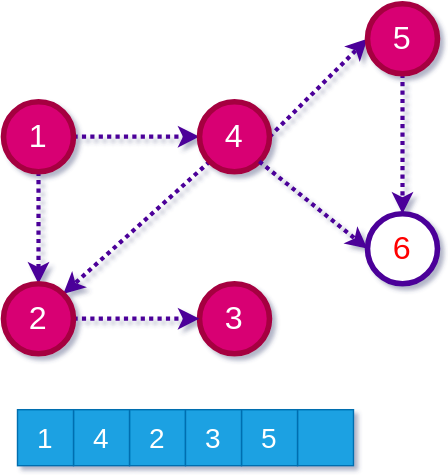
Above: docs/week-10/assets/ce100-week-10-graphs-topological-topo-bfs-5.drawio.svg in ucoruh/ce100-algorithms-and-programming-II (draw.io), before the change. Source tidied: cells renumbered, new cells last; positions are measured from the earlier drawing's top-left corner, leaving out a move shared by most shapes. Its diagram source:
```xml
<mxGraphModel>
  <root>
    <mxCell id="0" />
    <mxCell id="1" parent="0" />
    <mxCell id="2" style="edgeStyle=none;shape=connector;rounded=0;jettySize=auto;html=1;exitX=0.5;exitY=1;exitDx=0;exitDy=0;entryX=0.5;entryY=0;entryDx=0;entryDy=0;labelBackgroundColor=default;fontFamily=Helvetica;fontSize=23;fontColor=#FF0000;endArrow=classic;endFill=1;strokeColor=#4C0099;strokeWidth=3;dashed=1;dashPattern=1 1;" parent="1" edge="1" source="4" target="12">
      <mxGeometry relative="1" as="geometry" />
    </mxCell>
    <mxCell id="3" style="edgeStyle=none;shape=connector;rounded=0;jettySize=auto;html=1;exitX=1;exitY=0.5;exitDx=0;exitDy=0;labelBackgroundColor=default;fontFamily=Helvetica;fontSize=23;fontColor=#FF0000;endArrow=classic;endFill=1;strokeColor=#4C0099;strokeWidth=3;dashed=1;dashPattern=1 1;" parent="1" edge="1" source="4" target="7">
      <mxGeometry relative="1" as="geometry" />
    </mxCell>
    <mxCell id="4" value="1" style="ellipse;whiteSpace=wrap;html=1;fontSize=23;fontColor=#ffffff;strokeColor=#A50040;strokeWidth=4;fillColor=#d80073;" parent="1" vertex="1">
      <mxGeometry y="70" width="50" height="50" as="geometry" />
    </mxCell>
    <mxCell id="5" style="edgeStyle=none;shape=connector;rounded=0;jettySize=auto;html=1;exitX=1;exitY=0.5;exitDx=0;exitDy=0;entryX=0;entryY=0.5;entryDx=0;entryDy=0;labelBackgroundColor=default;fontFamily=Helvetica;fontSize=23;fontColor=#FF0000;endArrow=classic;endFill=1;strokeColor=#4C0099;strokeWidth=3;dashed=1;dashPattern=1 1;" parent="1" edge="1" source="7" target="14">
      <mxGeometry relative="1" as="geometry" />
    </mxCell>
    <mxCell id="6" style="rounded=0;jettySize=auto;html=1;exitX=0;exitY=1;exitDx=0;exitDy=0;entryX=1;entryY=0;entryDx=0;entryDy=0;fontSize=23;strokeColor=#4C0099;fontColor=#FF0000;endFill=1;strokeWidth=3;dashed=1;dashPattern=1 1;" parent="1" edge="1" source="7" target="12">
      <mxGeometry relative="1" as="geometry" />
    </mxCell>
    <mxCell id="7" value="4" style="ellipse;whiteSpace=wrap;html=1;fontSize=23;fontColor=#ffffff;strokeColor=#A50040;strokeWidth=4;fillColor=#d80073;" parent="1" vertex="1">
      <mxGeometry x="140" y="70" width="50" height="50" as="geometry" />
    </mxCell>
    <mxCell id="8" value="6" style="ellipse;whiteSpace=wrap;html=1;fontSize=23;fontColor=#FF0000;strokeColor=#4C0099;strokeWidth=4;" parent="1" vertex="1">
      <mxGeometry x="260" y="150" width="50" height="50" as="geometry" />
    </mxCell>
    <mxCell id="9" style="edgeStyle=none;shape=connector;rounded=0;jettySize=auto;html=1;exitX=1;exitY=1;exitDx=0;exitDy=0;entryX=0;entryY=0.5;entryDx=0;entryDy=0;labelBackgroundColor=default;fontFamily=Helvetica;fontSize=23;fontColor=#FF0000;endArrow=classic;endFill=1;strokeColor=#4C0099;strokeWidth=3;dashed=1;dashPattern=1 1;" parent="1" edge="1" source="7" target="8">
      <mxGeometry relative="1" as="geometry" />
    </mxCell>
    <mxCell id="10" value="3" style="ellipse;whiteSpace=wrap;html=1;fontSize=23;fontColor=#ffffff;strokeColor=#A50040;strokeWidth=4;fillColor=#d80073;" parent="1" vertex="1">
      <mxGeometry x="140" y="200" width="50" height="50" as="geometry" />
    </mxCell>
    <mxCell id="11" style="edgeStyle=none;shape=connector;rounded=0;jettySize=auto;html=1;exitX=1;exitY=0.5;exitDx=0;exitDy=0;labelBackgroundColor=default;fontFamily=Helvetica;fontSize=23;fontColor=#FF0000;endArrow=classic;endFill=1;strokeColor=#4C0099;strokeWidth=3;dashed=1;dashPattern=1 1;" parent="1" edge="1" source="12" target="10">
      <mxGeometry relative="1" as="geometry" />
    </mxCell>
    <mxCell id="12" value="2" style="ellipse;whiteSpace=wrap;html=1;fontSize=23;fontColor=#ffffff;strokeColor=#A50040;strokeWidth=4;fillColor=#d80073;" parent="1" vertex="1">
      <mxGeometry y="200" width="50" height="50" as="geometry" />
    </mxCell>
    <mxCell id="13" style="edgeStyle=orthogonalEdgeStyle;rounded=0;jettySize=auto;html=1;exitX=0.5;exitY=1;exitDx=0;exitDy=0;fontSize=23;strokeColor=#4C0099;fontColor=#FF0000;endFill=1;strokeWidth=3;dashed=1;dashPattern=1 1;" parent="1" edge="1" source="14" target="8">
      <mxGeometry relative="1" as="geometry" />
    </mxCell>
    <mxCell id="14" value="5" style="ellipse;whiteSpace=wrap;html=1;fontSize=23;fontColor=#ffffff;strokeColor=#A50040;strokeWidth=4;fillColor=#d80073;" parent="1" vertex="1">
      <mxGeometry x="260" width="50" height="50" as="geometry" />
    </mxCell>
    <mxCell id="15" value="2" style="rounded=0;whiteSpace=wrap;html=1;fillColor=#1ba1e2;fontColor=#ffffff;strokeColor=#006EAF;fontSize=20;" parent="1" vertex="1">
      <mxGeometry x="90" y="290" width="40" height="40" as="geometry" />
    </mxCell>
    <mxCell id="16" value="4" style="rounded=0;whiteSpace=wrap;html=1;fillColor=#1ba1e2;fontColor=#ffffff;strokeColor=#006EAF;fontSize=20;" parent="1" vertex="1">
      <mxGeometry x="50" y="290" width="40" height="40" as="geometry" />
    </mxCell>
    <mxCell id="17" value="1" style="rounded=0;whiteSpace=wrap;html=1;fillColor=#1ba1e2;fontColor=#ffffff;strokeColor=#006EAF;fontSize=20;" parent="1" vertex="1">
      <mxGeometry x="10" y="290" width="40" height="40" as="geometry" />
    </mxCell>
    <mxCell id="18" style="rounded=0;whiteSpace=wrap;html=1;fillColor=#1ba1e2;fontColor=#ffffff;strokeColor=#006EAF;fontSize=20;" parent="1" vertex="1">
      <mxGeometry x="210" y="290" width="40" height="40" as="geometry" />
    </mxCell>
    <mxCell id="19" value="5" style="rounded=0;whiteSpace=wrap;html=1;fillColor=#1ba1e2;fontColor=#ffffff;strokeColor=#006EAF;fontSize=20;" parent="1" vertex="1">
      <mxGeometry x="170" y="290" width="40" height="40" as="geometry" />
    </mxCell>
    <mxCell id="20" value="3" style="rounded=0;whiteSpace=wrap;html=1;fillColor=#1ba1e2;fontColor=#ffffff;strokeColor=#006EAF;fontSize=20;" parent="1" vertex="1">
      <mxGeometry x="130" y="290" width="40" height="40" as="geometry" />
    </mxCell>
  </root>
</mxGraphModel>
```
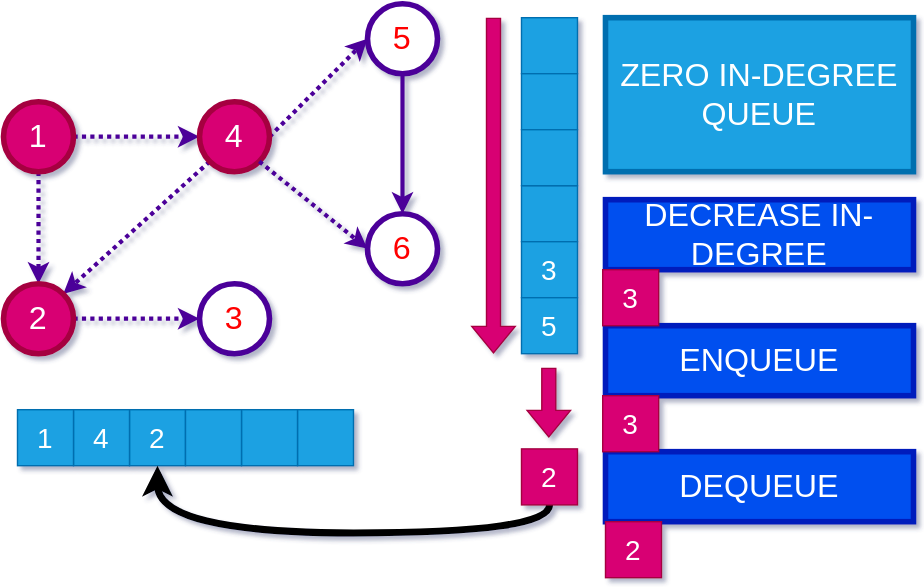
After the change.

What changed in the source:
```diff
@@ -1,63 +1,120 @@
 <mxGraphModel>
   <root>
-    <mxCell id="0" />
-    <mxCell id="1" parent="0" />
+    <mxCell id="21" />
+    <mxCell id="22" parent="21" />
-    <mxCell id="2" style="edgeStyle=none;shape=connector;rounded=0;jettySize=auto;html=1;exitX=0.5;exitY=1;exitDx=0;exitDy=0;entryX=0.5;entryY=0;entryDx=0;entryDy=0;labelBackgroundColor=default;fontFamily=Helvetica;fontSize=23;fontColor=#FF0000;endArrow=classic;endFill=1;strokeColor=#4C0099;strokeWidth=3;dashed=1;dashPattern=1 1;" parent="1" edge="1" source="4" target="12">
+    <mxCell id="2" style="edgeStyle=none;shape=connector;rounded=0;jettySize=auto;html=1;exitX=0.5;exitY=1;exitDx=0;exitDy=0;entryX=0.5;entryY=0;entryDx=0;entryDy=0;labelBackgroundColor=default;fontFamily=Helvetica;fontSize=23;fontColor=#FF0000;endArrow=classic;endFill=1;strokeColor=#4C0099;strokeWidth=3;dashed=1;dashPattern=1 1;" parent="22" edge="1" source="4" target="12">
       <mxGeometry relative="1" as="geometry" />
     </mxCell>
-    <mxCell id="3" style="edgeStyle=none;shape=connector;rounded=0;jettySize=auto;html=1;exitX=1;exitY=0.5;exitDx=0;exitDy=0;labelBackgroundColor=default;fontFamily=Helvetica;fontSize=23;fontColor=#FF0000;endArrow=classic;endFill=1;strokeColor=#4C0099;strokeWidth=3;dashed=1;dashPattern=1 1;" parent="1" edge="1" source="4" target="7">
+    <mxCell id="3" style="edgeStyle=none;shape=connector;rounded=0;jettySize=auto;html=1;exitX=1;exitY=0.5;exitDx=0;exitDy=0;labelBackgroundColor=default;fontFamily=Helvetica;fontSize=23;fontColor=#FF0000;endArrow=classic;endFill=1;strokeColor=#4C0099;strokeWidth=3;dashed=1;dashPattern=1 1;" parent="22" edge="1" source="4" target="7">
       <mxGeometry relative="1" as="geometry" />
     </mxCell>
-    <mxCell id="4" value="1" style="ellipse;whiteSpace=wrap;html=1;fontSize=23;fontColor=#ffffff;strokeColor=#A50040;strokeWidth=4;fillColor=#d80073;" parent="1" vertex="1">
+    <mxCell id="4" value="1" style="ellipse;whiteSpace=wrap;html=1;fontSize=23;fontColor=#ffffff;strokeColor=#A50040;strokeWidth=4;fillColor=#d80073;" parent="22" vertex="1">
       <mxGeometry y="70" width="50" height="50" as="geometry" />
     </mxCell>
-    <mxCell id="5" style="edgeStyle=none;shape=connector;rounded=0;jettySize=auto;html=1;exitX=1;exitY=0.5;exitDx=0;exitDy=0;entryX=0;entryY=0.5;entryDx=0;entryDy=0;labelBackgroundColor=default;fontFamily=Helvetica;fontSize=23;fontColor=#FF0000;endArrow=classic;endFill=1;strokeColor=#4C0099;strokeWidth=3;dashed=1;dashPattern=1 1;" parent="1" edge="1" source="7" target="14">
+    <mxCell id="5" style="edgeStyle=none;shape=connector;rounded=0;jettySize=auto;html=1;exitX=1;exitY=0.5;exitDx=0;exitDy=0;entryX=0;entryY=0.5;entryDx=0;entryDy=0;labelBackgroundColor=default;fontFamily=Helvetica;fontSize=23;fontColor=#FF0000;endArrow=classic;endFill=1;strokeColor=#4C0099;strokeWidth=3;dashed=1;dashPattern=1 1;" parent="22" edge="1" source="7" target="14">
       <mxGeometry relative="1" as="geometry" />
     </mxCell>
-    <mxCell id="6" style="rounded=0;jettySize=auto;html=1;exitX=0;exitY=1;exitDx=0;exitDy=0;entryX=1;entryY=0;entryDx=0;entryDy=0;fontSize=23;strokeColor=#4C0099;fontColor=#FF0000;endFill=1;strokeWidth=3;dashed=1;dashPattern=1 1;" parent="1" edge="1" source="7" target="12">
+    <mxCell id="6" style="rounded=0;jettySize=auto;html=1;exitX=0;exitY=1;exitDx=0;exitDy=0;entryX=1;entryY=0;entryDx=0;entryDy=0;fontSize=23;strokeColor=#4C0099;fontColor=#FF0000;endFill=1;strokeWidth=3;dashed=1;dashPattern=1 1;" parent="22" edge="1" source="7" target="12">
       <mxGeometry relative="1" as="geometry" />
     </mxCell>
-    <mxCell id="7" value="4" style="ellipse;whiteSpace=wrap;html=1;fontSize=23;fontColor=#ffffff;strokeColor=#A50040;strokeWidth=4;fillColor=#d80073;" parent="1" vertex="1">
+    <mxCell id="7" value="4" style="ellipse;whiteSpace=wrap;html=1;fontSize=23;fontColor=#ffffff;strokeColor=#A50040;strokeWidth=4;fillColor=#d80073;" parent="22" vertex="1">
       <mxGeometry x="140" y="70" width="50" height="50" as="geometry" />
     </mxCell>
-    <mxCell id="8" value="6" style="ellipse;whiteSpace=wrap;html=1;fontSize=23;fontColor=#FF0000;strokeColor=#4C0099;strokeWidth=4;" parent="1" vertex="1">
+    <mxCell id="8" value="6" style="ellipse;whiteSpace=wrap;html=1;fontSize=23;fontColor=#FF0000;strokeColor=#4C0099;strokeWidth=4;" parent="22" vertex="1">
       <mxGeometry x="260" y="150" width="50" height="50" as="geometry" />
     </mxCell>
-    <mxCell id="9" style="edgeStyle=none;shape=connector;rounded=0;jettySize=auto;html=1;exitX=1;exitY=1;exitDx=0;exitDy=0;entryX=0;entryY=0.5;entryDx=0;entryDy=0;labelBackgroundColor=default;fontFamily=Helvetica;fontSize=23;fontColor=#FF0000;endArrow=classic;endFill=1;strokeColor=#4C0099;strokeWidth=3;dashed=1;dashPattern=1 1;" parent="1" edge="1" source="7" target="8">
+    <mxCell id="9" style="edgeStyle=none;shape=connector;rounded=0;jettySize=auto;html=1;exitX=1;exitY=1;exitDx=0;exitDy=0;entryX=0;entryY=0.5;entryDx=0;entryDy=0;labelBackgroundColor=default;fontFamily=Helvetica;fontSize=23;fontColor=#FF0000;endArrow=classic;endFill=1;strokeColor=#4C0099;strokeWidth=3;dashed=1;dashPattern=1 1;" parent="22" edge="1" source="7" target="8">
       <mxGeometry relative="1" as="geometry" />
     </mxCell>
-    <mxCell id="10" value="3" style="ellipse;whiteSpace=wrap;html=1;fontSize=23;fontColor=#ffffff;strokeColor=#A50040;strokeWidth=4;fillColor=#d80073;" parent="1" vertex="1">
-      <mxGeometry x="140" y="200" width="50" height="50" as="geometry" />
-    </mxCell>
-    <mxCell id="11" style="edgeStyle=none;shape=connector;rounded=0;jettySize=auto;html=1;exitX=1;exitY=0.5;exitDx=0;exitDy=0;labelBackgroundColor=default;fontFamily=Helvetica;fontSize=23;fontColor=#FF0000;endArrow=classic;endFill=1;strokeColor=#4C0099;strokeWidth=3;dashed=1;dashPattern=1 1;" parent="1" edge="1" source="12" target="10">
-      <mxGeometry relative="1" as="geometry" />
-    </mxCell>
+    <mxCell id="23" value="3" style="ellipse;whiteSpace=wrap;html=1;fontSize=23;fontColor=#FF0000;strokeColor=#4C0099;strokeWidth=4;fillColor=default;" parent="22" vertex="1">
+      <mxGeometry x="140" y="200" width="50" height="50" as="geometry" />
+    </mxCell>
+    <mxCell id="24" style="edgeStyle=none;shape=connector;rounded=0;jettySize=auto;html=1;exitX=1;exitY=0.5;exitDx=0;exitDy=0;labelBackgroundColor=default;fontFamily=Helvetica;fontSize=23;fontColor=#FF0000;endArrow=classic;endFill=1;strokeColor=#4C0099;strokeWidth=3;dashed=1;dashPattern=1 1;" parent="22" edge="1" source="12" target="23">
+      <mxGeometry relative="1" as="geometry" />
+    </mxCell>
-    <mxCell id="12" value="2" style="ellipse;whiteSpace=wrap;html=1;fontSize=23;fontColor=#ffffff;strokeColor=#A50040;strokeWidth=4;fillColor=#d80073;" parent="1" vertex="1">
+    <mxCell id="12" value="2" style="ellipse;whiteSpace=wrap;html=1;fontSize=23;fontColor=#ffffff;strokeColor=#A50040;strokeWidth=4;fillColor=#d80073;" parent="22" vertex="1">
       <mxGeometry y="200" width="50" height="50" as="geometry" />
     </mxCell>
-    <mxCell id="13" style="edgeStyle=orthogonalEdgeStyle;rounded=0;jettySize=auto;html=1;exitX=0.5;exitY=1;exitDx=0;exitDy=0;fontSize=23;strokeColor=#4C0099;fontColor=#FF0000;endFill=1;strokeWidth=3;dashed=1;dashPattern=1 1;" parent="1" edge="1" source="14" target="8">
+    <mxCell id="13" style="edgeStyle=orthogonalEdgeStyle;rounded=0;jettySize=auto;html=1;exitX=0.5;exitY=1;exitDx=0;exitDy=0;fontSize=23;strokeColor=#4C0099;fontColor=#FF0000;endFill=1;strokeWidth=3;" parent="22" edge="1" source="14" target="8">
       <mxGeometry relative="1" as="geometry" />
     </mxCell>
-    <mxCell id="14" value="5" style="ellipse;whiteSpace=wrap;html=1;fontSize=23;fontColor=#ffffff;strokeColor=#A50040;strokeWidth=4;fillColor=#d80073;" parent="1" vertex="1">
+    <mxCell id="14" value="5" style="ellipse;whiteSpace=wrap;html=1;fontSize=23;fontColor=#FF0000;strokeColor=#4C0099;strokeWidth=4;" parent="22" vertex="1">
       <mxGeometry x="260" width="50" height="50" as="geometry" />
     </mxCell>
-    <mxCell id="15" value="2" style="rounded=0;whiteSpace=wrap;html=1;fillColor=#1ba1e2;fontColor=#ffffff;strokeColor=#006EAF;fontSize=20;" parent="1" vertex="1">
+    <mxCell id="15" value="2" style="rounded=0;whiteSpace=wrap;html=1;fillColor=#1ba1e2;fontColor=#ffffff;strokeColor=#006EAF;fontSize=20;" parent="22" vertex="1">
       <mxGeometry x="90" y="290" width="40" height="40" as="geometry" />
     </mxCell>
-    <mxCell id="16" value="4" style="rounded=0;whiteSpace=wrap;html=1;fillColor=#1ba1e2;fontColor=#ffffff;strokeColor=#006EAF;fontSize=20;" parent="1" vertex="1">
+    <mxCell id="16" value="4" style="rounded=0;whiteSpace=wrap;html=1;fillColor=#1ba1e2;fontColor=#ffffff;strokeColor=#006EAF;fontSize=20;" parent="22" vertex="1">
       <mxGeometry x="50" y="290" width="40" height="40" as="geometry" />
     </mxCell>
-    <mxCell id="17" value="1" style="rounded=0;whiteSpace=wrap;html=1;fillColor=#1ba1e2;fontColor=#ffffff;strokeColor=#006EAF;fontSize=20;" parent="1" vertex="1">
+    <mxCell id="17" value="1" style="rounded=0;whiteSpace=wrap;html=1;fillColor=#1ba1e2;fontColor=#ffffff;strokeColor=#006EAF;fontSize=20;" parent="22" vertex="1">
       <mxGeometry x="10" y="290" width="40" height="40" as="geometry" />
     </mxCell>
-    <mxCell id="18" style="rounded=0;whiteSpace=wrap;html=1;fillColor=#1ba1e2;fontColor=#ffffff;strokeColor=#006EAF;fontSize=20;" parent="1" vertex="1">
+    <mxCell id="18" style="rounded=0;whiteSpace=wrap;html=1;fillColor=#1ba1e2;fontColor=#ffffff;strokeColor=#006EAF;fontSize=20;" parent="22" vertex="1">
       <mxGeometry x="210" y="290" width="40" height="40" as="geometry" />
     </mxCell>
+    <mxCell id="25" style="rounded=0;whiteSpace=wrap;html=1;fillColor=#1ba1e2;fontColor=#ffffff;strokeColor=#006EAF;fontSize=20;" parent="22" vertex="1">
+      <mxGeometry x="170" y="290" width="40" height="40" as="geometry" />
+    </mxCell>
+    <mxCell id="26" style="rounded=0;whiteSpace=wrap;html=1;fillColor=#1ba1e2;fontColor=#ffffff;strokeColor=#006EAF;fontSize=20;" parent="22" vertex="1">
+      <mxGeometry x="130" y="290" width="40" height="40" as="geometry" />
+    </mxCell>
+    <mxCell id="27" value="ZERO IN-DEGREE QUEUE" style="text;html=1;strokeColor=#006EAF;fillColor=#1ba1e2;align=center;verticalAlign=middle;whiteSpace=wrap;rounded=0;fontColor=#ffffff;fontSize=23;strokeWidth=4;" parent="22" vertex="1">
+      <mxGeometry x="430" y="10" width="220" height="110" as="geometry" />
+    </mxCell>
+    <mxCell id="28" style="rounded=0;whiteSpace=wrap;html=1;fillColor=#1ba1e2;fontColor=#ffffff;strokeColor=#006EAF;fontSize=20;" parent="22" vertex="1">
+      <mxGeometry x="370" y="130" width="40" height="40" as="geometry" />
+    </mxCell>
+    <mxCell id="20" value="3" style="rounded=0;whiteSpace=wrap;html=1;fillColor=#1ba1e2;fontColor=#ffffff;strokeColor=#006EAF;fontSize=20;" parent="22" vertex="1">
+      <mxGeometry x="370" y="170" width="40" height="40" as="geometry" />
+    </mxCell>
-    <mxCell id="19" value="5" style="rounded=0;whiteSpace=wrap;html=1;fillColor=#1ba1e2;fontColor=#ffffff;strokeColor=#006EAF;fontSize=20;" parent="1" vertex="1">
-      <mxGeometry x="170" y="290" width="40" height="40" as="geometry" />
+    <mxCell id="19" value="5" style="rounded=0;whiteSpace=wrap;html=1;fillColor=#1ba1e2;fontColor=#ffffff;strokeColor=#006EAF;fontSize=20;" parent="22" vertex="1">
+      <mxGeometry x="370" y="210" width="40" height="40" as="geometry" />
     </mxCell>
-    <mxCell id="20" value="3" style="rounded=0;whiteSpace=wrap;html=1;fillColor=#1ba1e2;fontColor=#ffffff;strokeColor=#006EAF;fontSize=20;" parent="1" vertex="1">
-      <mxGeometry x="130" y="290" width="40" height="40" as="geometry" />
-    </mxCell>
+    <mxCell id="29" style="rounded=0;whiteSpace=wrap;html=1;fillColor=#1ba1e2;fontColor=#ffffff;strokeColor=#006EAF;fontSize=20;" parent="22" vertex="1">
+      <mxGeometry x="370" y="10" width="40" height="40" as="geometry" />
+    </mxCell>
+    <mxCell id="30" style="rounded=0;whiteSpace=wrap;html=1;fillColor=#1ba1e2;fontColor=#ffffff;strokeColor=#006EAF;fontSize=20;" parent="22" vertex="1">
+      <mxGeometry x="370" y="50" width="40" height="40" as="geometry" />
+    </mxCell>
+    <mxCell id="31" style="rounded=0;whiteSpace=wrap;html=1;fillColor=#1ba1e2;fontColor=#ffffff;strokeColor=#006EAF;fontSize=20;" parent="22" vertex="1">
+      <mxGeometry x="370" y="90" width="40" height="40" as="geometry" />
+    </mxCell>
+    <mxCell id="32" style="shape=flexArrow;endArrow=classic;html=1;rounded=0;fillColor=#d80073;strokeColor=#A50040;" parent="22" edge="1">
+      <mxGeometry relative="1" as="geometry">
+        <mxPoint x="350" y="10" as="sourcePoint" />
+        <mxPoint x="350" y="250" as="targetPoint" />
+      </mxGeometry>
+    </mxCell>
+    <mxCell id="33" style="edgeStyle=orthogonalEdgeStyle;curved=1;rounded=0;jettySize=auto;html=1;exitX=0.5;exitY=1;exitDx=0;exitDy=0;entryX=0.5;entryY=1;entryDx=0;entryDy=0;strokeWidth=5;" parent="22" edge="1" source="34" target="15">
+      <mxGeometry relative="1" as="geometry" />
+    </mxCell>
+    <mxCell id="34" value="2" style="rounded=0;whiteSpace=wrap;html=1;fillColor=#d80073;fontColor=#ffffff;strokeColor=#A50040;fontSize=20;" parent="22" vertex="1">
+      <mxGeometry x="370" y="318" width="40" height="40" as="geometry" />
+    </mxCell>
+    <mxCell id="35" style="shape=flexArrow;endArrow=classic;html=1;rounded=0;fillColor=#d80073;strokeColor=#A50040;" parent="22" edge="1">
+      <mxGeometry relative="1" as="geometry">
+        <mxPoint x="389.5" y="260" as="sourcePoint" />
+        <mxPoint x="389.5" y="310" as="targetPoint" />
+      </mxGeometry>
+    </mxCell>
+    <mxCell id="36" value="DECREASE IN-DEGREE" style="text;html=1;strokeColor=#001DBC;fillColor=#0050ef;align=center;verticalAlign=middle;whiteSpace=wrap;rounded=0;fontColor=#ffffff;fontSize=23;strokeWidth=4;" parent="22" vertex="1">
+      <mxGeometry x="430" y="140" width="220" height="50" as="geometry" />
+    </mxCell>
+    <mxCell id="37" value="ENQUEUE" style="text;html=1;strokeColor=#001DBC;fillColor=#0050ef;align=center;verticalAlign=middle;whiteSpace=wrap;rounded=0;fontColor=#ffffff;fontSize=23;strokeWidth=4;" parent="22" vertex="1">
+      <mxGeometry x="430" y="230" width="220" height="50" as="geometry" />
+    </mxCell>
+    <mxCell id="38" value="DEQUEUE" style="text;html=1;strokeColor=#001DBC;fillColor=#0050ef;align=center;verticalAlign=middle;whiteSpace=wrap;rounded=0;fontColor=#ffffff;fontSize=23;strokeWidth=4;" parent="22" vertex="1">
+      <mxGeometry x="430" y="320" width="220" height="50" as="geometry" />
+    </mxCell>
+    <mxCell id="39" value="2" style="rounded=0;whiteSpace=wrap;html=1;fillColor=#d80073;fontColor=#ffffff;strokeColor=#A50040;fontSize=20;" parent="22" vertex="1">
+      <mxGeometry x="430" y="370" width="40" height="40" as="geometry" />
+    </mxCell>
+    <mxCell id="40" value="3" style="rounded=0;whiteSpace=wrap;html=1;fillColor=#d80073;fontColor=#ffffff;strokeColor=#A50040;fontSize=20;" parent="22" vertex="1">
+      <mxGeometry x="428" y="190" width="40" height="40" as="geometry" />
+    </mxCell>
+    <mxCell id="41" value="3" style="rounded=0;whiteSpace=wrap;html=1;fillColor=#d80073;fontColor=#ffffff;strokeColor=#A50040;fontSize=20;" parent="22" vertex="1">
+      <mxGeometry x="428" y="280" width="40" height="40" as="geometry" />
+    </mxCell>
   </root>
 </mxGraphModel>
```
